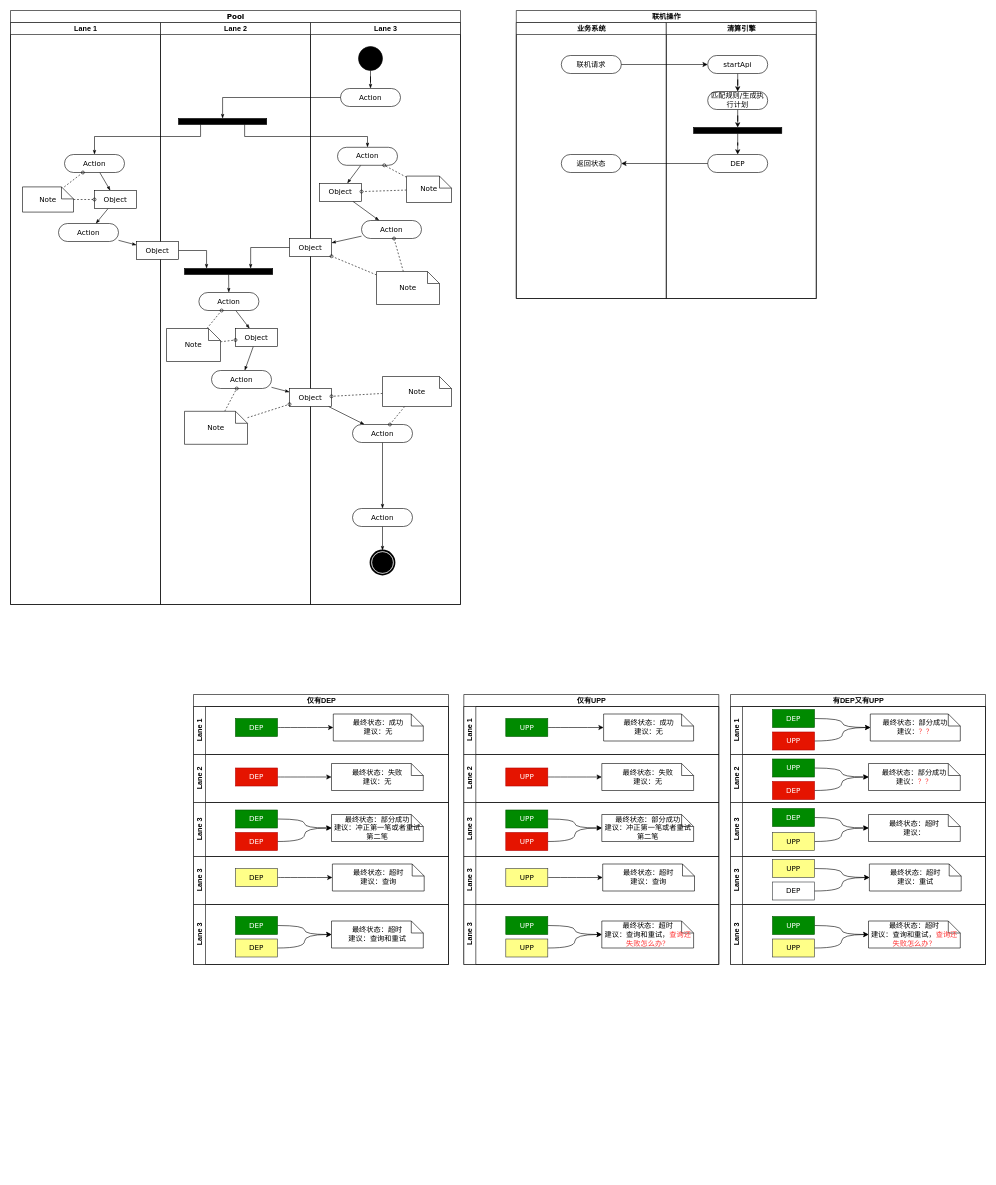
The draw.io diagram 清算引擎交互流程图.drawio in staconfree/design, before the edit. Source tidied: cells renumbered, new cells numbered last; positions are measured from the earlier drawing's top-left corner, leaving out a move shared by most shapes. Both pictures are drawn from the tidied source at 60%, with x=0, y=0 at pixel (10, 10).
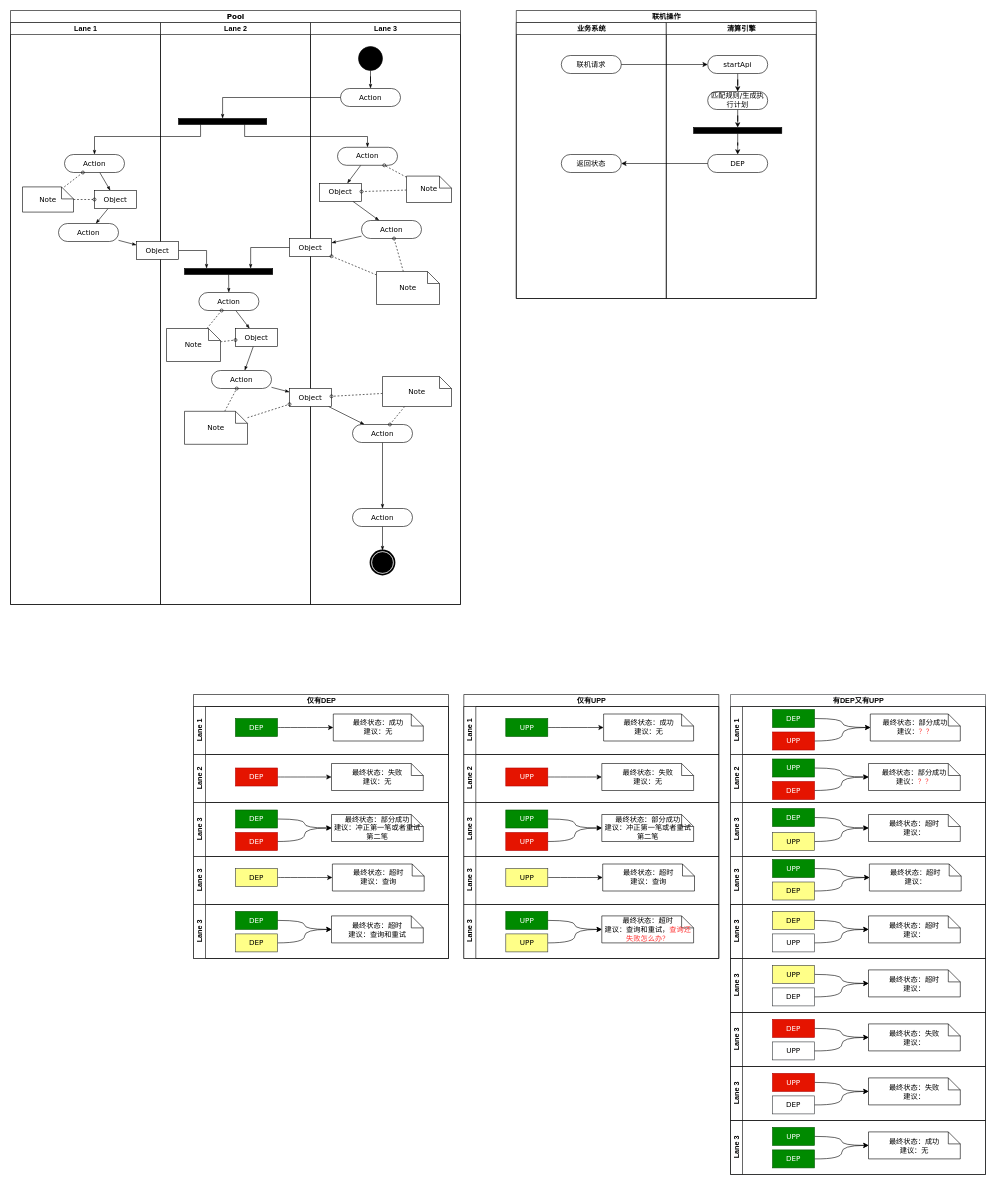
The same diagram, later.

Commit message:
更新清算引擎交互流程图.drawio

Unchanged cells that the change refers to:
```xml
<mxCell id="145" value="Lane 3" style="swimlane;html=1;startSize=20;horizontal=0;" parent="126" vertex="1">
  <mxGeometry y="270" width="425" height="80" as="geometry" />
</mxCell>
```

Diff of the diagram source:
```diff
@@
     <mxCell id="76" value="仅有DEP" style="swimlane;html=1;horizontal=1;startSize=20;strokeColor=#000000;fillColor=none;fontColor=#000000;align=center;" parent="1" vertex="1">
-      <mxGeometry x="305" y="1140" width="425" height="450" as="geometry" />
+      <mxGeometry x="305" y="1140" width="425" height="440" as="geometry" />
     </mxCell>
@@
     <mxCell id="95" value="Lane 3" style="swimlane;html=1;startSize=20;horizontal=0;" parent="76" vertex="1">
-      <mxGeometry y="350" width="425" height="100" as="geometry" />
+      <mxGeometry y="350" width="425" height="90" as="geometry" />
     </mxCell>
@@
     <mxCell id="97" value="DEP" style="rounded=0;whiteSpace=wrap;html=1;shadow=0;comic=0;labelBackgroundColor=none;strokeColor=#005700;strokeWidth=1;fillColor=#008a00;fontFamily=Verdana;fontSize=12;align=center;arcSize=50;fontColor=#ffffff;" parent="95" vertex="1">
-      <mxGeometry x="70" y="20" width="70" height="30" as="geometry" />
+      <mxGeometry x="70" y="11.5" width="70" height="30" as="geometry" />
     </mxCell>
     <mxCell id="98" value="最终状态：超时&lt;br&gt;建议：查询和重试" style="shape=note;whiteSpace=wrap;html=1;rounded=0;shadow=0;comic=0;labelBackgroundColor=none;strokeColor=#000000;strokeWidth=1;fillColor=#ffffff;fontFamily=Verdana;fontSize=12;fontColor=#000000;align=center;size=20;" parent="95" vertex="1">
-      <mxGeometry x="230" y="27.5" width="153" height="45" as="geometry" />
+      <mxGeometry x="230" y="19" width="153" height="45" as="geometry" />
     </mxCell>
@@
     <mxCell id="100" value="DEP" style="rounded=0;whiteSpace=wrap;html=1;shadow=0;comic=0;labelBackgroundColor=none;strokeColor=#36393d;strokeWidth=1;fillColor=#ffff88;fontFamily=Verdana;fontSize=12;align=center;arcSize=50;" parent="95" vertex="1">
-      <mxGeometry x="70" y="57.5" width="70" height="30" as="geometry" />
+      <mxGeometry x="70" y="49" width="70" height="30" as="geometry" />
     </mxCell>
     <mxCell id="101" value="仅有UPP" style="swimlane;html=1;horizontal=1;startSize=20;strokeColor=#000000;fillColor=none;fontColor=#000000;align=center;" parent="1" vertex="1">
-      <mxGeometry x="755.5" y="1140" width="425" height="450" as="geometry" />
+      <mxGeometry x="755.5" y="1140" width="425" height="440" as="geometry" />
     </mxCell>
@@
     <mxCell id="120" value="Lane 3" style="swimlane;html=1;startSize=20;horizontal=0;" parent="101" vertex="1">
-      <mxGeometry y="350" width="425" height="100" as="geometry" />
+      <mxGeometry y="350" width="425" height="90" as="geometry" />
     </mxCell>
@@
     <mxCell id="122" value="UPP" style="rounded=0;whiteSpace=wrap;html=1;shadow=0;comic=0;labelBackgroundColor=none;strokeColor=#005700;strokeWidth=1;fillColor=#008a00;fontFamily=Verdana;fontSize=12;align=center;arcSize=50;fontColor=#ffffff;" parent="120" vertex="1">
-      <mxGeometry x="70" y="20" width="70" height="30" as="geometry" />
+      <mxGeometry x="70" y="11.5" width="70" height="30" as="geometry" />
     </mxCell>
     <mxCell id="123" value="最终状态：超时&lt;br&gt;建议：查询和重试，&lt;font color=&quot;#FF3333&quot;&gt;查询还失败怎么办？&lt;/font&gt;" style="shape=note;whiteSpace=wrap;html=1;rounded=0;shadow=0;comic=0;labelBackgroundColor=none;strokeColor=#000000;strokeWidth=1;fillColor=#ffffff;fontFamily=Verdana;fontSize=12;fontColor=#000000;align=center;size=20;" parent="120" vertex="1">
-      <mxGeometry x="230" y="27.5" width="153" height="45" as="geometry" />
+      <mxGeometry x="230" y="19" width="153" height="45" as="geometry" />
     </mxCell>
@@
     <mxCell id="125" value="UPP" style="rounded=0;whiteSpace=wrap;html=1;shadow=0;comic=0;labelBackgroundColor=none;strokeColor=#36393d;strokeWidth=1;fillColor=#ffff88;fontFamily=Verdana;fontSize=12;align=center;arcSize=50;" parent="120" vertex="1">
-      <mxGeometry x="70" y="57.5" width="70" height="30" as="geometry" />
+      <mxGeometry x="70" y="49" width="70" height="30" as="geometry" />
     </mxCell>
-    <mxCell id="126" value="有DEP又有UPP" style="swimlane;html=1;horizontal=1;startSize=20;strokeColor=#000000;fillColor=none;fontColor=#000000;align=center;" parent="1" vertex="1">
-      <mxGeometry x="1200" y="1140" width="425" height="450" as="geometry" />
+    <mxCell id="126" value="有DEP又有UPP" style="swimlane;html=1;horizontal=1;startSize=20;strokeColor=#36393d;fillColor=none;align=center;" parent="1" vertex="1">
+      <mxGeometry x="1200" y="1140" width="425" height="800" as="geometry" />
     </mxCell>
@@
-    <mxCell id="147" value="DEP" style="rounded=0;whiteSpace=wrap;html=1;shadow=0;comic=0;labelBackgroundColor=none;strokeColor=#36393d;strokeWidth=1;fillColor=none;fontFamily=Verdana;fontSize=12;align=center;arcSize=50;" parent="145" vertex="1">
+    <mxCell id="147" value="DEP" style="rounded=0;whiteSpace=wrap;html=1;shadow=0;comic=0;labelBackgroundColor=none;strokeColor=#36393d;strokeWidth=1;fillColor=#ffff88;fontFamily=Verdana;fontSize=12;align=center;arcSize=50;" parent="145" vertex="1">
       <mxGeometry x="70" y="42.5" width="70" height="30" as="geometry" />
     </mxCell>
-    <mxCell id="148" value="最终状态：超时&lt;br&gt;建议：重试" style="shape=note;whiteSpace=wrap;html=1;rounded=0;shadow=0;comic=0;labelBackgroundColor=none;strokeColor=#000000;strokeWidth=1;fillColor=#ffffff;fontFamily=Verdana;fontSize=12;fontColor=#000000;align=center;size=20;" parent="145" vertex="1">
+    <mxCell id="148" value="最终状态：超时&lt;br&gt;建议：" style="shape=note;whiteSpace=wrap;html=1;rounded=0;shadow=0;comic=0;labelBackgroundColor=none;strokeColor=#000000;strokeWidth=1;fillColor=#ffffff;fontFamily=Verdana;fontSize=12;fontColor=#000000;align=center;size=20;" parent="145" vertex="1">
       <mxGeometry x="231.5" y="12.5" width="153" height="45" as="geometry" />
     </mxCell>
@@
-    <mxCell id="150" value="UPP" style="rounded=0;whiteSpace=wrap;html=1;shadow=0;comic=0;labelBackgroundColor=none;strokeColor=#36393d;strokeWidth=1;fillColor=#ffff88;fontFamily=Verdana;fontSize=12;align=center;arcSize=50;" parent="145" vertex="1">
+    <mxCell id="150" value="UPP" style="rounded=0;whiteSpace=wrap;html=1;shadow=0;comic=0;labelBackgroundColor=none;strokeColor=#005700;strokeWidth=1;fillColor=#008a00;fontFamily=Verdana;fontSize=12;align=center;arcSize=50;fontColor=#ffffff;" parent="145" vertex="1">
       <mxGeometry x="70" y="5" width="70" height="30" as="geometry" />
     </mxCell>
-    <mxCell id="151" value="Lane 3" style="swimlane;html=1;startSize=20;horizontal=0;" parent="126" vertex="1">
-      <mxGeometry y="350" width="425" height="100" as="geometry" />
+    <mxCell id="151" value="Lane 3" style="swimlane;html=1;startSize=20;horizontal=0;fillColor=none;" parent="126" vertex="1">
+      <mxGeometry y="350" width="425" height="90" as="geometry" />
     </mxCell>
@@
-    <mxCell id="153" value="UPP" style="rounded=0;whiteSpace=wrap;html=1;shadow=0;comic=0;labelBackgroundColor=none;strokeColor=#005700;strokeWidth=1;fillColor=#008a00;fontFamily=Verdana;fontSize=12;align=center;arcSize=50;fontColor=#ffffff;" parent="151" vertex="1">
-      <mxGeometry x="70" y="20" width="70" height="30" as="geometry" />
+    <mxCell id="153" value="DEP" style="rounded=0;whiteSpace=wrap;html=1;shadow=0;comic=0;labelBackgroundColor=none;strokeColor=#36393d;strokeWidth=1;fillColor=#ffff88;fontFamily=Verdana;fontSize=12;align=center;arcSize=50;" parent="151" vertex="1">
+      <mxGeometry x="70" y="11.5" width="70" height="30" as="geometry" />
     </mxCell>
-    <mxCell id="154" value="最终状态：超时&lt;br&gt;建议：查询和重试，&lt;font color=&quot;#FF3333&quot;&gt;查询还失败怎么办？&lt;/font&gt;" style="shape=note;whiteSpace=wrap;html=1;rounded=0;shadow=0;comic=0;labelBackgroundColor=none;strokeColor=#000000;strokeWidth=1;fillColor=#ffffff;fontFamily=Verdana;fontSize=12;fontColor=#000000;align=center;size=20;" parent="151" vertex="1">
-      <mxGeometry x="230" y="27.5" width="153" height="45" as="geometry" />
+    <mxCell id="154" value="最终状态：超时&lt;br&gt;建议：" style="shape=note;whiteSpace=wrap;html=1;rounded=0;shadow=0;comic=0;labelBackgroundColor=none;strokeColor=#000000;strokeWidth=1;fillColor=#ffffff;fontFamily=Verdana;fontSize=12;fontColor=#000000;align=center;size=20;" parent="151" vertex="1">
+      <mxGeometry x="230" y="19" width="153" height="45" as="geometry" />
     </mxCell>
@@
-    <mxCell id="156" value="UPP" style="rounded=0;whiteSpace=wrap;html=1;shadow=0;comic=0;labelBackgroundColor=none;strokeColor=#36393d;strokeWidth=1;fillColor=#ffff88;fontFamily=Verdana;fontSize=12;align=center;arcSize=50;" parent="151" vertex="1">
-      <mxGeometry x="70" y="57.5" width="70" height="30" as="geometry" />
+    <mxCell id="156" value="UPP" style="rounded=0;whiteSpace=wrap;html=1;shadow=0;comic=0;labelBackgroundColor=none;strokeColor=#36393d;strokeWidth=1;fillColor=none;fontFamily=Verdana;fontSize=12;align=center;arcSize=50;" parent="151" vertex="1">
+      <mxGeometry x="70" y="49" width="70" height="30" as="geometry" />
     </mxCell>
+    <mxCell id="157" value="Lane 3" style="swimlane;html=1;startSize=20;horizontal=0;fillColor=none;" parent="126" vertex="1">
+      <mxGeometry y="440" width="425" height="90" as="geometry" />
+    </mxCell>
+    <mxCell id="158" style="edgeStyle=orthogonalEdgeStyle;curved=1;jettySize=auto;html=1;entryX=0;entryY=0.5;entryDx=0;entryDy=0;entryPerimeter=0;fontColor=#000000;" parent="157" edge="1" source="159" target="160">
+      <mxGeometry relative="1" as="geometry" />
+    </mxCell>
+    <mxCell id="159" value="UPP" style="rounded=0;whiteSpace=wrap;html=1;shadow=0;comic=0;labelBackgroundColor=none;strokeColor=#36393d;strokeWidth=1;fillColor=#ffff88;fontFamily=Verdana;fontSize=12;align=center;arcSize=50;" parent="157" vertex="1">
+      <mxGeometry x="70" y="11.5" width="70" height="30" as="geometry" />
+    </mxCell>
+    <mxCell id="160" value="最终状态：超时&lt;br&gt;建议：" style="shape=note;whiteSpace=wrap;html=1;rounded=0;shadow=0;comic=0;labelBackgroundColor=none;strokeColor=#000000;strokeWidth=1;fillColor=#ffffff;fontFamily=Verdana;fontSize=12;fontColor=#000000;align=center;size=20;" parent="157" vertex="1">
+      <mxGeometry x="230" y="19" width="153" height="45" as="geometry" />
+    </mxCell>
+    <mxCell id="161" style="edgeStyle=orthogonalEdgeStyle;curved=1;jettySize=auto;html=1;fontColor=#000000;" parent="157" edge="1" source="162" target="160">
+      <mxGeometry relative="1" as="geometry" />
+    </mxCell>
+    <mxCell id="162" value="DEP" style="rounded=0;whiteSpace=wrap;html=1;shadow=0;comic=0;labelBackgroundColor=none;strokeColor=#36393d;strokeWidth=1;fillColor=none;fontFamily=Verdana;fontSize=12;align=center;arcSize=50;" parent="157" vertex="1">
+      <mxGeometry x="70" y="49" width="70" height="30" as="geometry" />
+    </mxCell>
+    <mxCell id="163" value="Lane 3" style="swimlane;html=1;startSize=20;horizontal=0;fillColor=none;" parent="126" vertex="1">
+      <mxGeometry y="530" width="425" height="90" as="geometry" />
+    </mxCell>
+    <mxCell id="164" style="edgeStyle=orthogonalEdgeStyle;curved=1;jettySize=auto;html=1;entryX=0;entryY=0.5;entryDx=0;entryDy=0;entryPerimeter=0;fontColor=#000000;" parent="163" edge="1" source="165" target="166">
+      <mxGeometry relative="1" as="geometry" />
+    </mxCell>
+    <mxCell id="165" value="DEP" style="rounded=0;whiteSpace=wrap;html=1;shadow=0;comic=0;labelBackgroundColor=none;strokeColor=#B20000;strokeWidth=1;fillColor=#e51400;fontFamily=Verdana;fontSize=12;align=center;arcSize=50;fontColor=#ffffff;" parent="163" vertex="1">
+      <mxGeometry x="70" y="11.5" width="70" height="30" as="geometry" />
+    </mxCell>
+    <mxCell id="166" value="最终状态：失败&lt;br&gt;建议：" style="shape=note;whiteSpace=wrap;html=1;rounded=0;shadow=0;comic=0;labelBackgroundColor=none;strokeColor=#000000;strokeWidth=1;fillColor=#ffffff;fontFamily=Verdana;fontSize=12;fontColor=#000000;align=center;size=20;" parent="163" vertex="1">
+      <mxGeometry x="230" y="19" width="153" height="45" as="geometry" />
+    </mxCell>
+    <mxCell id="167" style="edgeStyle=orthogonalEdgeStyle;curved=1;jettySize=auto;html=1;fontColor=#000000;" parent="163" edge="1" target="166">
+      <mxGeometry relative="1" as="geometry">
+        <mxPoint x="140" y="64" as="sourcePoint" />
+      </mxGeometry>
+    </mxCell>
+    <mxCell id="168" value="UPP" style="rounded=0;whiteSpace=wrap;html=1;shadow=0;comic=0;labelBackgroundColor=none;strokeColor=#36393d;strokeWidth=1;fillColor=none;fontFamily=Verdana;fontSize=12;align=center;arcSize=50;" parent="163" vertex="1">
+      <mxGeometry x="70" y="49" width="70" height="30" as="geometry" />
+    </mxCell>
+    <mxCell id="169" value="Lane 3" style="swimlane;html=1;startSize=20;horizontal=0;fillColor=none;" parent="126" vertex="1">
+      <mxGeometry y="620" width="425" height="90" as="geometry" />
+    </mxCell>
+    <mxCell id="170" style="edgeStyle=orthogonalEdgeStyle;curved=1;jettySize=auto;html=1;entryX=0;entryY=0.5;entryDx=0;entryDy=0;entryPerimeter=0;fontColor=#000000;" parent="169" edge="1" source="171" target="172">
+      <mxGeometry relative="1" as="geometry" />
+    </mxCell>
+    <mxCell id="171" value="UPP" style="rounded=0;whiteSpace=wrap;html=1;shadow=0;comic=0;labelBackgroundColor=none;strokeColor=#B20000;strokeWidth=1;fillColor=#e51400;fontFamily=Verdana;fontSize=12;align=center;arcSize=50;fontColor=#ffffff;" parent="169" vertex="1">
+      <mxGeometry x="70" y="11.5" width="70" height="30" as="geometry" />
+    </mxCell>
+    <mxCell id="172" value="最终状态：失败&lt;br&gt;建议：" style="shape=note;whiteSpace=wrap;html=1;rounded=0;shadow=0;comic=0;labelBackgroundColor=none;strokeColor=#000000;strokeWidth=1;fillColor=#ffffff;fontFamily=Verdana;fontSize=12;fontColor=#000000;align=center;size=20;" parent="169" vertex="1">
+      <mxGeometry x="230" y="19" width="153" height="45" as="geometry" />
+    </mxCell>
+    <mxCell id="173" style="edgeStyle=orthogonalEdgeStyle;curved=1;jettySize=auto;html=1;fontColor=#000000;" parent="169" edge="1" target="172">
+      <mxGeometry relative="1" as="geometry">
+        <mxPoint x="140" y="64" as="sourcePoint" />
+      </mxGeometry>
+    </mxCell>
+    <mxCell id="174" value="DEP" style="rounded=0;whiteSpace=wrap;html=1;shadow=0;comic=0;labelBackgroundColor=none;strokeColor=#36393d;strokeWidth=1;fillColor=none;fontFamily=Verdana;fontSize=12;align=center;arcSize=50;" parent="169" vertex="1">
+      <mxGeometry x="70" y="49" width="70" height="30" as="geometry" />
+    </mxCell>
+    <mxCell id="175" value="Lane 3" style="swimlane;html=1;startSize=20;horizontal=0;fillColor=none;" parent="126" vertex="1">
+      <mxGeometry y="710" width="425" height="90" as="geometry" />
+    </mxCell>
+    <mxCell id="176" style="edgeStyle=orthogonalEdgeStyle;curved=1;jettySize=auto;html=1;entryX=0;entryY=0.5;entryDx=0;entryDy=0;entryPerimeter=0;fontColor=#000000;" parent="175" edge="1" source="177" target="178">
+      <mxGeometry relative="1" as="geometry" />
+    </mxCell>
+    <mxCell id="177" value="UPP" style="rounded=0;whiteSpace=wrap;html=1;shadow=0;comic=0;labelBackgroundColor=none;strokeColor=#005700;strokeWidth=1;fillColor=#008a00;fontFamily=Verdana;fontSize=12;align=center;arcSize=50;fontColor=#ffffff;" parent="175" vertex="1">
+      <mxGeometry x="70" y="11.5" width="70" height="30" as="geometry" />
+    </mxCell>
+    <mxCell id="178" value="最终状态：成功&lt;br&gt;建议：无" style="shape=note;whiteSpace=wrap;html=1;rounded=0;shadow=0;comic=0;labelBackgroundColor=none;strokeColor=#000000;strokeWidth=1;fillColor=#ffffff;fontFamily=Verdana;fontSize=12;fontColor=#000000;align=center;size=20;" parent="175" vertex="1">
+      <mxGeometry x="230" y="19" width="153" height="45" as="geometry" />
+    </mxCell>
+    <mxCell id="179" style="edgeStyle=orthogonalEdgeStyle;curved=1;jettySize=auto;html=1;fontColor=#000000;" parent="175" edge="1" target="178">
+      <mxGeometry relative="1" as="geometry">
+        <mxPoint x="140" y="64" as="sourcePoint" />
+      </mxGeometry>
+    </mxCell>
+    <mxCell id="180" value="DEP" style="rounded=0;whiteSpace=wrap;html=1;shadow=0;comic=0;labelBackgroundColor=none;strokeColor=#005700;strokeWidth=1;fillColor=#008a00;fontFamily=Verdana;fontSize=12;align=center;arcSize=50;fontColor=#ffffff;" parent="175" vertex="1">
+      <mxGeometry x="70" y="49" width="70" height="30" as="geometry" />
+    </mxCell>
```
